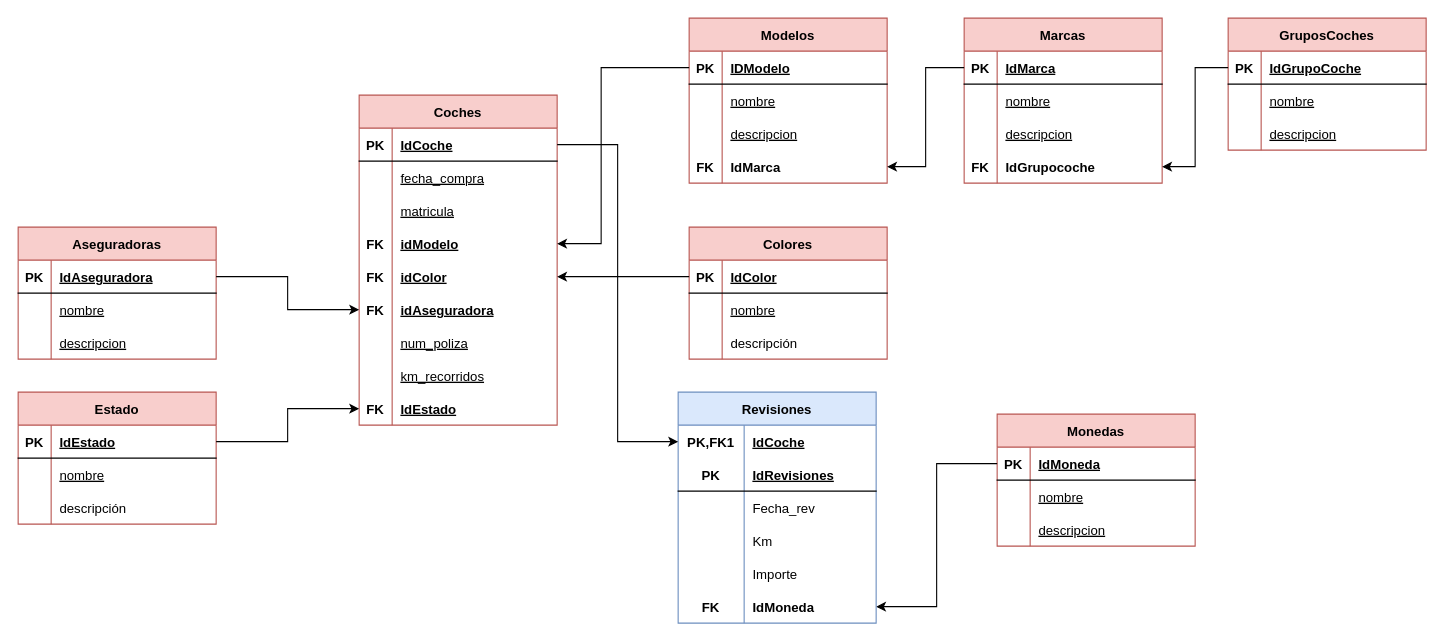
This is Ejercicio/EntidadRelacion.drawio from macrosura20/Practica_SQL, a draw.io file, before an edit. Source tidied: cells renumbered, new cells numbered last; positions are measured from the earlier drawing's top-left corner, leaving out a move shared by most shapes. Both pictures are drawn from the tidied source at 110%, with x=0, y=0 at pixel (18, 18).
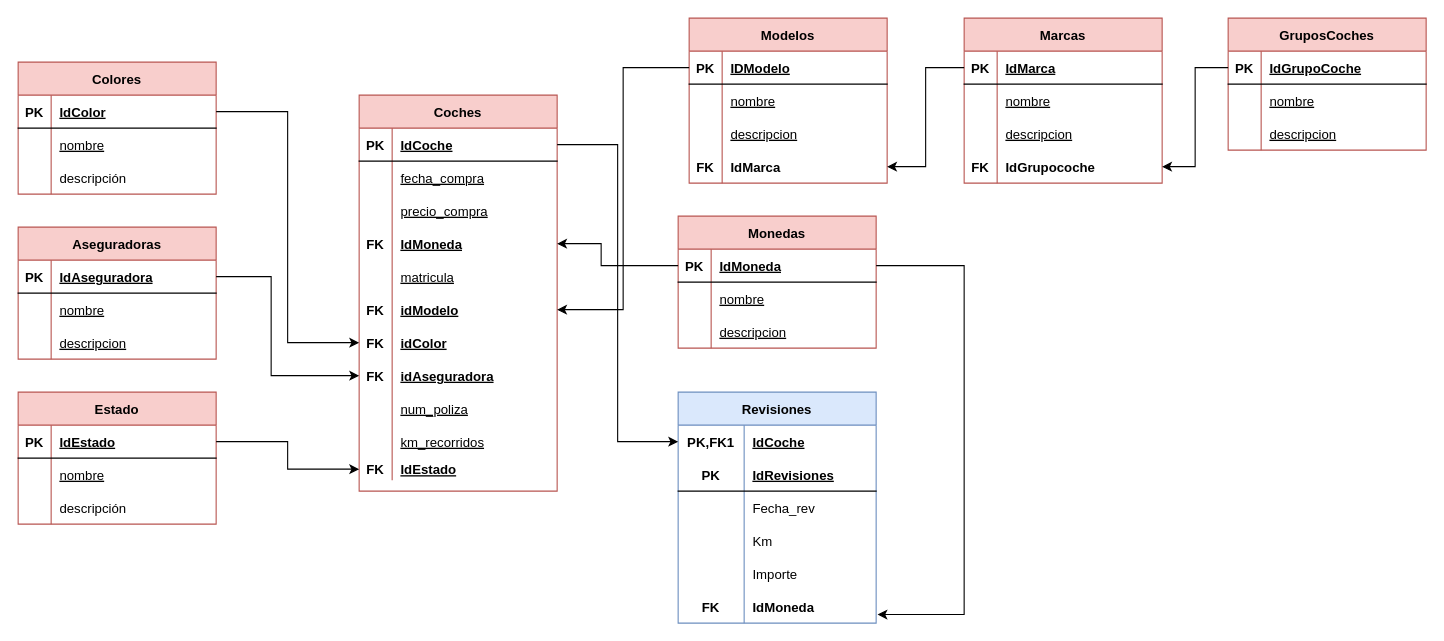
The same diagram, later.

Commit message:
Se añade los datos BBDD

Unchanged cells that the change refers to:
```xml
<mxCell id="31" style="shape=tableRow;horizontal=0;startSize=0;swimlaneHead=0;swimlaneBody=0;fillColor=none;points=[[0,0.5],[1,0.5]];portConstraint=eastwest;top=0;left=0;right=0;bottom=1;" parent="30" vertex="1">
  <mxGeometry y="30" width="180" height="30" as="geometry" />
</mxCell>
<mxCell id="42" style="shape=tableRow;horizontal=0;startSize=0;swimlaneHead=0;swimlaneBody=0;fillColor=none;points=[[0,0.5],[1,0.5]];portConstraint=eastwest;top=0;left=0;right=0;bottom=1;" parent="41" vertex="1">
  <mxGeometry y="30" width="180" height="30" as="geometry" />
</mxCell>
<mxCell id="81" style="shape=tableRow;horizontal=0;startSize=0;swimlaneHead=0;swimlaneBody=0;fillColor=none;points=[[0,0.5],[1,0.5]];portConstraint=eastwest;top=0;left=0;right=0;bottom=1;" parent="80" vertex="1">
  <mxGeometry y="30" width="180" height="30" as="geometry" />
</mxCell>
<mxCell id="92" style="shape=tableRow;horizontal=0;startSize=0;swimlaneHead=0;swimlaneBody=0;fillColor=none;points=[[0,0.5],[1,0.5]];portConstraint=eastwest;top=0;left=0;right=0;bottom=1;" parent="91" vertex="1">
  <mxGeometry y="30" width="180" height="30" as="geometry" />
</mxCell>
<mxCell id="118" style="shape=tableRow;horizontal=0;startSize=0;swimlaneHead=0;swimlaneBody=0;fillColor=none;points=[[0,0.5],[1,0.5]];portConstraint=eastwest;top=0;left=0;right=0;bottom=0;" parent="102" vertex="1">
  <mxGeometry y="180" width="180" height="30" as="geometry" />
</mxCell>
```

Change to the diagram source:
```diff
@@
     <mxCell id="2" value="Coches" style="shape=table;startSize=30;childLayout=tableLayout;rowLines=0;fontStyle=1;align=center;fillColor=#f8cecc;strokeColor=#b85450;" parent="1" vertex="1">
-      <mxGeometry x="310" y="70" width="180" height="300" as="geometry" />
+      <mxGeometry x="310" y="70" width="180" height="360" as="geometry" />
     </mxCell>
@@
+    <mxCell id="133" style="shape=tableRow;horizontal=0;startSize=0;swimlaneHead=0;swimlaneBody=0;fillColor=none;top=0;left=0;right=0;bottom=0;" parent="2" vertex="1">
+      <mxGeometry y="90" width="180" height="30" as="geometry" />
+    </mxCell>
+    <mxCell id="134" style="shape=partialRectangle;fillColor=none;top=0;left=0;bottom=0;right=0;overflow=hidden;" parent="133" vertex="1">
+      <mxGeometry width="30" height="30" as="geometry" />
+    </mxCell>
+    <mxCell id="135" value="precio_compra" style="shape=partialRectangle;fillColor=none;top=0;left=0;bottom=0;right=0;align=left;spacingLeft=6;overflow=hidden;fontStyle=4;" parent="133" vertex="1">
+      <mxGeometry x="30" width="150" height="30" as="geometry" />
+    </mxCell>
+    <mxCell id="136" style="shape=tableRow;horizontal=0;startSize=0;swimlaneHead=0;swimlaneBody=0;fillColor=none;points=[[0,0.5],[1,0.5]];portConstraint=eastwest;top=0;left=0;right=0;bottom=0;" parent="2" vertex="1">
+      <mxGeometry y="120" width="180" height="30" as="geometry" />
+    </mxCell>
+    <mxCell id="137" value="FK" style="shape=partialRectangle;fillColor=none;top=0;left=0;bottom=0;right=0;overflow=hidden;fontStyle=1;" parent="136" vertex="1">
+      <mxGeometry width="30" height="30" as="geometry" />
+    </mxCell>
+    <mxCell id="138" value="IdMoneda" style="shape=partialRectangle;fillColor=none;top=0;left=0;bottom=0;right=0;align=left;spacingLeft=6;overflow=hidden;fontStyle=5;" parent="136" vertex="1">
+      <mxGeometry x="30" width="150" height="30" as="geometry" />
+    </mxCell>
     <mxCell id="9" style="shape=tableRow;horizontal=0;startSize=0;swimlaneHead=0;swimlaneBody=0;fillColor=none;top=0;left=0;right=0;bottom=0;" parent="2" vertex="1">
-      <mxGeometry y="90" width="180" height="30" as="geometry" />
+      <mxGeometry y="150" width="180" height="30" as="geometry" />
     </mxCell>
@@
     <mxCell id="12" style="shape=tableRow;horizontal=0;startSize=0;swimlaneHead=0;swimlaneBody=0;fillColor=none;points=[[0,0.5],[1,0.5]];portConstraint=eastwest;top=0;left=0;right=0;bottom=0;fontStyle=1;" parent="2" vertex="1">
-      <mxGeometry y="120" width="180" height="30" as="geometry" />
+      <mxGeometry y="180" width="180" height="30" as="geometry" />
     </mxCell>
@@
     <mxCell id="15" style="shape=tableRow;horizontal=0;startSize=0;swimlaneHead=0;swimlaneBody=0;fillColor=none;points=[[0,0.5],[1,0.5]];portConstraint=eastwest;top=0;left=0;right=0;bottom=0;" parent="2" vertex="1">
-      <mxGeometry y="150" width="180" height="30" as="geometry" />
+      <mxGeometry y="210" width="180" height="30" as="geometry" />
     </mxCell>
@@
     <mxCell id="18" style="shape=tableRow;horizontal=0;startSize=0;swimlaneHead=0;swimlaneBody=0;fillColor=none;points=[[0,0.5],[1,0.5]];portConstraint=eastwest;top=0;left=0;right=0;bottom=0;" parent="2" vertex="1">
-      <mxGeometry y="180" width="180" height="30" as="geometry" />
+      <mxGeometry y="240" width="180" height="30" as="geometry" />
     </mxCell>
@@
     <mxCell id="21" style="shape=tableRow;horizontal=0;startSize=0;swimlaneHead=0;swimlaneBody=0;fillColor=none;top=0;left=0;right=0;bottom=0;" parent="2" vertex="1">
-      <mxGeometry y="210" width="180" height="30" as="geometry" />
+      <mxGeometry y="270" width="180" height="30" as="geometry" />
     </mxCell>
@@
     <mxCell id="24" style="shape=tableRow;horizontal=0;startSize=0;swimlaneHead=0;swimlaneBody=0;fillColor=none;top=0;left=0;right=0;bottom=0;" parent="2" vertex="1">
-      <mxGeometry y="240" width="180" height="30" as="geometry" />
+      <mxGeometry y="300" width="180" height="30" as="geometry" />
     </mxCell>
@@
     <mxCell id="27" style="shape=tableRow;horizontal=0;startSize=0;swimlaneHead=0;swimlaneBody=0;fillColor=none;points=[[0,0.5],[1,0.5]];portConstraint=eastwest;top=0;left=0;right=0;bottom=0;" parent="2" vertex="1">
-      <mxGeometry y="270" width="180" height="30" as="geometry" />
+      <mxGeometry y="330" width="180" height="20" as="geometry" />
     </mxCell>
     <mxCell id="28" value="FK" style="shape=partialRectangle;fillColor=none;top=0;left=0;bottom=0;right=0;overflow=hidden;fontStyle=1;" parent="27" vertex="1">
-      <mxGeometry width="30" height="30" as="geometry" />
+      <mxGeometry width="30" height="20" as="geometry" />
     </mxCell>
     <mxCell id="29" value="IdEstado" style="shape=partialRectangle;fillColor=none;top=0;left=0;bottom=0;right=0;align=left;spacingLeft=6;overflow=hidden;fontStyle=5;" parent="27" vertex="1">
-      <mxGeometry x="30" width="150" height="30" as="geometry" />
+      <mxGeometry x="30" width="150" height="20" as="geometry" />
     </mxCell>
     <mxCell id="30" value="Colores" style="shape=table;startSize=30;childLayout=tableLayout;rowLines=0;fontStyle=1;align=center;fillColor=#f8cecc;strokeColor=#b85450;" parent="1" vertex="1">
-      <mxGeometry x="610" y="190" width="180" height="120" as="geometry" />
+      <mxGeometry y="40" width="180" height="120" as="geometry" />
     </mxCell>
@@
-    <mxCell id="40" style="edgeStyle=orthogonalEdgeStyle;rounded=0;jettySize=auto;html=1;exitX=0;exitY=0.5;exitDx=0;exitDy=0;entryX=1;entryY=0.5;entryDx=0;entryDy=0;" parent="1" edge="1" source="31" target="15">
-      <mxGeometry relative="1" as="geometry" />
-    </mxCell>
@@
-    <mxCell id="78" style="edgeStyle=orthogonalEdgeStyle;rounded=0;jettySize=auto;html=1;exitX=0;exitY=0.5;exitDx=0;exitDy=0;" parent="1" edge="1" source="42" target="12">
-      <mxGeometry relative="1" as="geometry">
-        <Array as="points">
-          <mxPoint x="530" y="45" />
-          <mxPoint x="530" y="205" />
-        </Array>
-      </mxGeometry>
-    </mxCell>
@@
     <mxCell id="80" value="Monedas" style="shape=table;startSize=30;childLayout=tableLayout;rowLines=0;fontStyle=1;align=center;fillColor=#f8cecc;strokeColor=#b85450;" parent="1" vertex="1">
-      <mxGeometry x="890" y="360" width="180" height="120" as="geometry" />
+      <mxGeometry x="600" y="180" width="180" height="120" as="geometry" />
     </mxCell>
@@
-    <mxCell id="90" style="edgeStyle=orthogonalEdgeStyle;rounded=0;jettySize=auto;html=1;exitX=0;exitY=0.5;exitDx=0;exitDy=0;entryX=1;entryY=0.5;entryDx=0;entryDy=0;" parent="1" edge="1" source="81" target="118">
-      <mxGeometry relative="1" as="geometry" />
-    </mxCell>
@@
     <mxCell id="101" style="edgeStyle=orthogonalEdgeStyle;rounded=0;jettySize=auto;html=1;exitX=1;exitY=0.5;exitDx=0;exitDy=0;" parent="1" edge="1" source="92" target="18">
-      <mxGeometry relative="1" as="geometry" />
+      <mxGeometry relative="1" as="geometry">
+        <Array as="points">
+          <mxPoint x="230" y="235" />
+          <mxPoint x="230" y="325" />
+        </Array>
+      </mxGeometry>
     </mxCell>
@@
+    <mxCell id="78" style="edgeStyle=orthogonalEdgeStyle;rounded=0;jettySize=auto;html=1;exitX=0;exitY=0.5;exitDx=0;exitDy=0;entryX=1;entryY=0.5;entryDx=0;entryDy=0;" parent="1" edge="1" source="42" target="12">
+      <mxGeometry relative="1" as="geometry" />
+    </mxCell>
+    <mxCell id="40" style="edgeStyle=orthogonalEdgeStyle;rounded=0;jettySize=auto;html=1;exitX=1;exitY=0.5;exitDx=0;exitDy=0;entryX=0;entryY=0.5;entryDx=0;entryDy=0;" parent="1" edge="1" source="31" target="15">
+      <mxGeometry relative="1" as="geometry" />
+    </mxCell>
+    <mxCell id="139" style="edgeStyle=orthogonalEdgeStyle;rounded=0;jettySize=auto;html=1;exitX=0;exitY=0.5;exitDx=0;exitDy=0;entryX=1;entryY=0.5;entryDx=0;entryDy=0;" parent="1" edge="1" source="81" target="136">
+      <mxGeometry relative="1" as="geometry">
+        <Array as="points">
+          <mxPoint x="530" y="225" />
+          <mxPoint x="530" y="205" />
+        </Array>
+      </mxGeometry>
+    </mxCell>
+    <mxCell id="90" style="edgeStyle=orthogonalEdgeStyle;rounded=0;jettySize=auto;html=1;entryX=1.007;entryY=0.74;entryDx=0;entryDy=0;entryPerimeter=0;" parent="1" edge="1" source="81" target="118">
+      <mxGeometry relative="1" as="geometry">
+        <Array as="points">
+          <mxPoint x="860" y="225" />
+          <mxPoint x="860" y="542" />
+        </Array>
+      </mxGeometry>
+    </mxCell>
```
